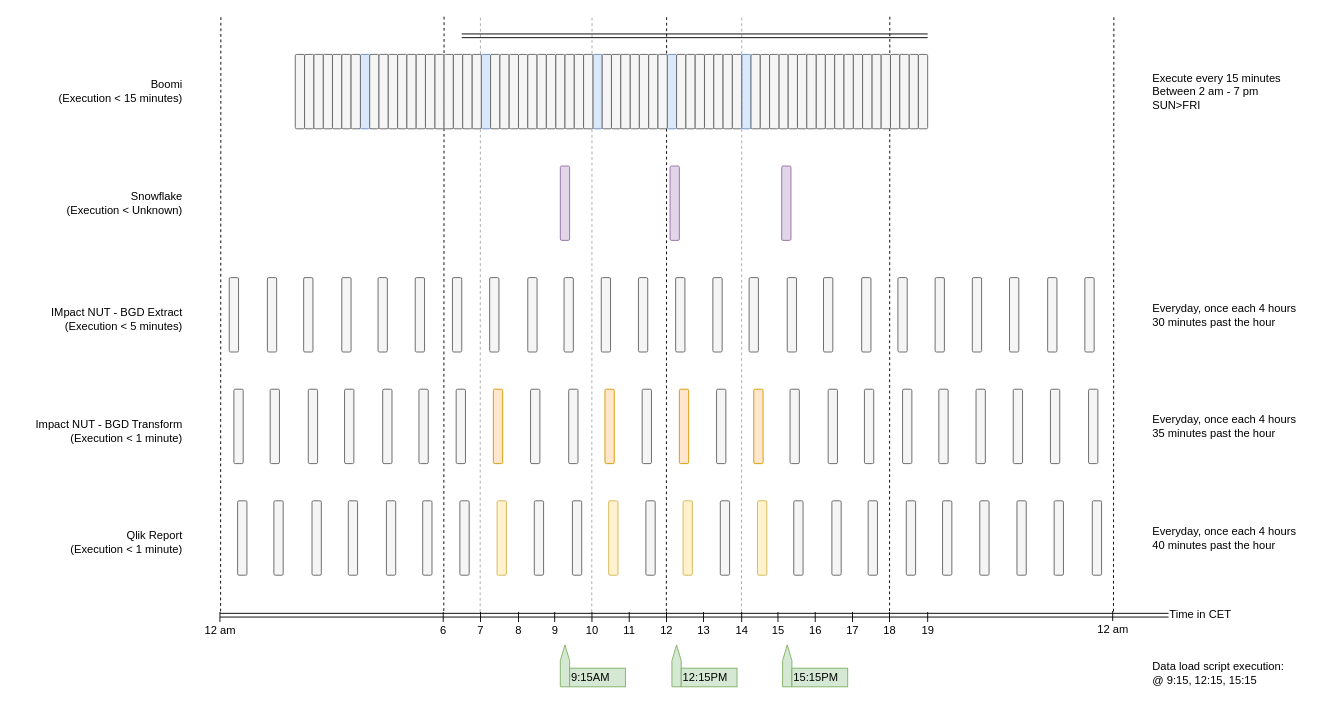
Before: IMpact schedules.drawio in Medair/drawio, a draw.io diagram. Source tidied: cells renumbered, new cells numbered last; positions are measured from the earlier drawing's top-left corner, leaving out a move shared by most shapes. Both pictures are drawn from the tidied source at 93%, with x=0, y=0 at pixel (25, 16).
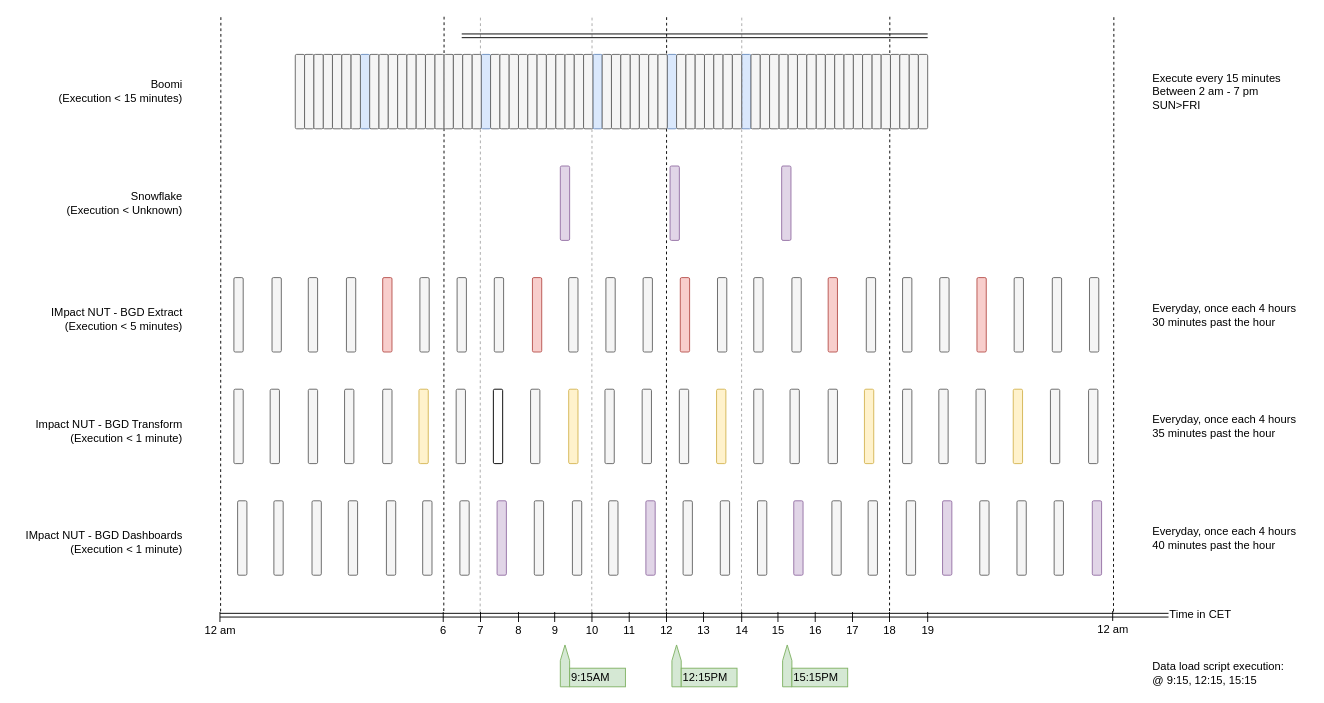
Above is the later version.

Diff of the diagram source:
```diff
@@
     <mxCell id="31" style="rounded=1;whiteSpace=wrap;html=1;strokeColor=#666666;fillColor=#f5f5f5;fontColor=#333333;" parent="1" vertex="1">
-      <mxGeometry x="619" y="281" width="10" height="80" as="geometry" />
+      <mxGeometry x="624" y="281" width="10" height="80" as="geometry" />
     </mxCell>
     <mxCell id="32" style="rounded=1;whiteSpace=wrap;html=1;strokeColor=#666666;fillColor=#f5f5f5;fontColor=#333333;" parent="1" vertex="1">
-      <mxGeometry x="659" y="281" width="10" height="80" as="geometry" />
+      <mxGeometry x="664" y="281" width="10" height="80" as="geometry" />
     </mxCell>
-    <mxCell id="33" style="rounded=1;whiteSpace=wrap;html=1;strokeColor=#666666;fillColor=#f5f5f5;fontColor=#333333;" parent="1" vertex="1">
-      <mxGeometry x="699" y="281" width="10" height="80" as="geometry" />
+    <mxCell id="33" style="rounded=1;whiteSpace=wrap;html=1;strokeColor=#b85450;fillColor=#f8cecc;" parent="1" vertex="1">
+      <mxGeometry x="704" y="281" width="10" height="80" as="geometry" />
     </mxCell>
     <mxCell id="34" style="rounded=1;whiteSpace=wrap;html=1;strokeColor=#666666;fillColor=#f5f5f5;fontColor=#333333;" parent="1" vertex="1">
-      <mxGeometry x="579" y="281" width="10" height="80" as="geometry" />
+      <mxGeometry x="584" y="281" width="10" height="80" as="geometry" />
     </mxCell>
-    <mxCell id="35" style="rounded=1;whiteSpace=wrap;html=1;strokeColor=#666666;fillColor=#f5f5f5;fontColor=#333333;" parent="1" vertex="1">
-      <mxGeometry x="540" y="281" width="10" height="80" as="geometry" />
+    <mxCell id="35" style="rounded=1;whiteSpace=wrap;html=1;strokeColor=#b85450;fillColor=#f8cecc;" parent="1" vertex="1">
+      <mxGeometry x="545" y="281" width="10" height="80" as="geometry" />
     </mxCell>
     <mxCell id="36" style="rounded=1;whiteSpace=wrap;html=1;strokeColor=#666666;fillColor=#f5f5f5;fontColor=#333333;" parent="1" vertex="1">
-      <mxGeometry x="419" y="281" width="10" height="80" as="geometry" />
+      <mxGeometry x="424" y="281" width="10" height="80" as="geometry" />
     </mxCell>
     <mxCell id="37" style="rounded=1;whiteSpace=wrap;html=1;strokeColor=#666666;fillColor=#f5f5f5;fontColor=#333333;" parent="1" vertex="1">
-      <mxGeometry x="459" y="281" width="10" height="80" as="geometry" />
+      <mxGeometry x="464" y="281" width="10" height="80" as="geometry" />
     </mxCell>
     <mxCell id="38" style="rounded=1;whiteSpace=wrap;html=1;strokeColor=#666666;fillColor=#f5f5f5;fontColor=#333333;" parent="1" vertex="1">
-      <mxGeometry x="499" y="281" width="10" height="80" as="geometry" />
+      <mxGeometry x="504" y="281" width="10" height="80" as="geometry" />
     </mxCell>
-    <mxCell id="39" style="rounded=1;whiteSpace=wrap;html=1;strokeColor=#666666;fillColor=#f5f5f5;fontColor=#333333;" parent="1" vertex="1">
-      <mxGeometry x="379" y="281" width="10" height="80" as="geometry" />
+    <mxCell id="39" style="rounded=1;whiteSpace=wrap;html=1;strokeColor=#b85450;fillColor=#f8cecc;" parent="1" vertex="1">
+      <mxGeometry x="384" y="281" width="10" height="80" as="geometry" />
     </mxCell>
     <mxCell id="40" style="rounded=1;whiteSpace=wrap;html=1;strokeColor=#666666;fillColor=#f5f5f5;fontColor=#333333;" parent="1" vertex="1">
-      <mxGeometry x="340" y="281" width="10" height="80" as="geometry" />
+      <mxGeometry x="345" y="281" width="10" height="80" as="geometry" />
     </mxCell>
     <mxCell id="41" style="rounded=1;whiteSpace=wrap;html=1;strokeColor=#666666;fillColor=#f5f5f5;fontColor=#333333;" parent="1" vertex="1">
-      <mxGeometry x="299" y="281" width="10" height="80" as="geometry" />
+      <mxGeometry x="304" y="281" width="10" height="80" as="geometry" />
     </mxCell>
     <mxCell id="42" style="rounded=1;whiteSpace=wrap;html=1;strokeColor=#666666;fillColor=#f5f5f5;fontColor=#333333;" parent="1" vertex="1">
-      <mxGeometry x="260" y="281" width="10" height="80" as="geometry" />
+      <mxGeometry x="265" y="281" width="10" height="80" as="geometry" />
     </mxCell>
     <mxCell id="43" style="rounded=1;whiteSpace=wrap;html=1;strokeColor=#666666;fillColor=#f5f5f5;fontColor=#333333;" parent="1" vertex="1">
-      <mxGeometry x="219" y="281" width="10" height="80" as="geometry" />
+      <mxGeometry x="224" y="281" width="10" height="80" as="geometry" />
     </mxCell>
     <mxCell id="44" style="rounded=1;whiteSpace=wrap;html=1;strokeColor=#666666;fillColor=#f5f5f5;fontColor=#333333;" parent="1" vertex="1">
-      <mxGeometry x="1139" y="281" width="10" height="80" as="geometry" />
+      <mxGeometry x="1144" y="281" width="10" height="80" as="geometry" />
     </mxCell>
     <mxCell id="45" style="rounded=1;whiteSpace=wrap;html=1;strokeColor=#666666;fillColor=#f5f5f5;fontColor=#333333;" parent="1" vertex="1">
-      <mxGeometry x="1099" y="281" width="10" height="80" as="geometry" />
+      <mxGeometry x="1104" y="281" width="10" height="80" as="geometry" />
     </mxCell>
     <mxCell id="46" style="rounded=1;whiteSpace=wrap;html=1;strokeColor=#666666;fillColor=#f5f5f5;fontColor=#333333;" parent="1" vertex="1">
-      <mxGeometry x="978" y="281" width="10" height="80" as="geometry" />
+      <mxGeometry x="983" y="281" width="10" height="80" as="geometry" />
     </mxCell>
-    <mxCell id="47" style="rounded=1;whiteSpace=wrap;html=1;strokeColor=#666666;fillColor=#f5f5f5;fontColor=#333333;" parent="1" vertex="1">
-      <mxGeometry x="1018" y="281" width="10" height="80" as="geometry" />
+    <mxCell id="47" style="rounded=1;whiteSpace=wrap;html=1;strokeColor=#b85450;fillColor=#f8cecc;" parent="1" vertex="1">
+      <mxGeometry x="1023" y="281" width="10" height="80" as="geometry" />
     </mxCell>
     <mxCell id="48" style="rounded=1;whiteSpace=wrap;html=1;strokeColor=#666666;fillColor=#f5f5f5;fontColor=#333333;" parent="1" vertex="1">
-      <mxGeometry x="1058" y="281" width="10" height="80" as="geometry" />
+      <mxGeometry x="1063" y="281" width="10" height="80" as="geometry" />
     </mxCell>
     <mxCell id="49" style="rounded=1;whiteSpace=wrap;html=1;strokeColor=#666666;fillColor=#f5f5f5;fontColor=#333333;" parent="1" vertex="1">
-      <mxGeometry x="938" y="281" width="10" height="80" as="geometry" />
+      <mxGeometry x="943" y="281" width="10" height="80" as="geometry" />
     </mxCell>
     <mxCell id="50" style="rounded=1;whiteSpace=wrap;html=1;strokeColor=#666666;fillColor=#f5f5f5;fontColor=#333333;" parent="1" vertex="1">
-      <mxGeometry x="899" y="281" width="10" height="80" as="geometry" />
+      <mxGeometry x="904" y="281" width="10" height="80" as="geometry" />
     </mxCell>
-    <mxCell id="51" style="rounded=1;whiteSpace=wrap;html=1;strokeColor=#666666;fillColor=#f5f5f5;fontColor=#333333;" parent="1" vertex="1">
-      <mxGeometry x="858" y="281" width="10" height="80" as="geometry" />
+    <mxCell id="51" style="rounded=1;whiteSpace=wrap;html=1;strokeColor=#b85450;fillColor=#f8cecc;" parent="1" vertex="1">
+      <mxGeometry x="863" y="281" width="10" height="80" as="geometry" />
     </mxCell>
     <mxCell id="52" style="rounded=1;whiteSpace=wrap;html=1;strokeColor=#666666;fillColor=#f5f5f5;fontColor=#333333;" parent="1" vertex="1">
-      <mxGeometry x="819" y="281" width="10" height="80" as="geometry" />
+      <mxGeometry x="824" y="281" width="10" height="80" as="geometry" />
     </mxCell>
     <mxCell id="53" style="rounded=1;whiteSpace=wrap;html=1;strokeColor=#666666;fillColor=#f5f5f5;fontColor=#333333;" parent="1" vertex="1">
-      <mxGeometry x="778" y="281" width="10" height="80" as="geometry" />
+      <mxGeometry x="783" y="281" width="10" height="80" as="geometry" />
     </mxCell>
     <mxCell id="54" style="rounded=1;whiteSpace=wrap;html=1;strokeColor=#666666;fillColor=#f5f5f5;fontColor=#333333;" parent="1" vertex="1">
-      <mxGeometry x="739" y="281" width="10" height="80" as="geometry" />
+      <mxGeometry x="744" y="281" width="10" height="80" as="geometry" />
     </mxCell>
@@
-    <mxCell id="57" style="rounded=1;whiteSpace=wrap;html=1;strokeColor=#d79b00;fillColor=#ffe6cc;" parent="1" vertex="1">
+    <mxCell id="57" style="rounded=1;whiteSpace=wrap;html=1;strokeColor=#666666;fillColor=#f5f5f5;fontColor=#333333;" parent="1" vertex="1">
       <mxGeometry x="703" y="401" width="10" height="80" as="geometry" />
     </mxCell>
-    <mxCell id="58" style="rounded=1;whiteSpace=wrap;html=1;strokeColor=#666666;fillColor=#f5f5f5;fontColor=#333333;" parent="1" vertex="1">
+    <mxCell id="58" style="rounded=1;whiteSpace=wrap;html=1;strokeColor=#d6b656;fillColor=#fff2cc;" parent="1" vertex="1">
       <mxGeometry x="743" y="401" width="10" height="80" as="geometry" />
     </mxCell>
-    <mxCell id="59" style="rounded=1;whiteSpace=wrap;html=1;strokeColor=#d79b00;fillColor=#ffe6cc;" parent="1" vertex="1">
+    <mxCell id="59" style="rounded=1;whiteSpace=wrap;html=1;fillColor=#f5f5f5;fontColor=#333333;strokeColor=#666666;" parent="1" vertex="1">
       <mxGeometry x="623" y="401" width="10" height="80" as="geometry" />
     </mxCell>
-    <mxCell id="60" style="rounded=1;whiteSpace=wrap;html=1;strokeColor=#666666;fillColor=#f5f5f5;fontColor=#333333;" parent="1" vertex="1">
+    <mxCell id="60" style="rounded=1;whiteSpace=wrap;html=1;strokeColor=#d6b656;fillColor=#fff2cc;" parent="1" vertex="1">
       <mxGeometry x="584" y="401" width="10" height="80" as="geometry" />
     </mxCell>
@@
-    <mxCell id="62" style="rounded=1;whiteSpace=wrap;html=1;strokeColor=#d79b00;fillColor=#ffe6cc;" parent="1" vertex="1">
+    <mxCell id="62" style="rounded=1;whiteSpace=wrap;html=1;" parent="1" vertex="1">
       <mxGeometry x="503" y="401" width="10" height="80" as="geometry" />
     </mxCell>
@@
-    <mxCell id="64" style="rounded=1;whiteSpace=wrap;html=1;strokeColor=#666666;fillColor=#f5f5f5;fontColor=#333333;" parent="1" vertex="1">
+    <mxCell id="64" style="rounded=1;whiteSpace=wrap;html=1;strokeColor=#d6b656;fillColor=#fff2cc;" parent="1" vertex="1">
       <mxGeometry x="423" y="401" width="10" height="80" as="geometry" />
     </mxCell>
@@
-    <mxCell id="72" style="rounded=1;whiteSpace=wrap;html=1;strokeColor=#666666;fillColor=#f5f5f5;fontColor=#333333;" parent="1" vertex="1">
+    <mxCell id="72" style="rounded=1;whiteSpace=wrap;html=1;strokeColor=#d6b656;fillColor=#fff2cc;" parent="1" vertex="1">
       <mxGeometry x="1062" y="401" width="10" height="80" as="geometry" />
     </mxCell>
@@
-    <mxCell id="76" style="rounded=1;whiteSpace=wrap;html=1;strokeColor=#666666;fillColor=#f5f5f5;fontColor=#333333;" parent="1" vertex="1">
+    <mxCell id="76" style="rounded=1;whiteSpace=wrap;html=1;strokeColor=#d6b656;fillColor=#fff2cc;" parent="1" vertex="1">
       <mxGeometry x="902" y="401" width="10" height="80" as="geometry" />
     </mxCell>
@@
-    <mxCell id="79" style="rounded=1;whiteSpace=wrap;html=1;strokeColor=#d79b00;fillColor=#ffe6cc;" parent="1" vertex="1">
+    <mxCell id="79" style="rounded=1;whiteSpace=wrap;html=1;strokeColor=#666666;fillColor=#f5f5f5;fontColor=#333333;" parent="1" vertex="1">
       <mxGeometry x="783" y="401" width="10" height="80" as="geometry" />
     </mxCell>
-    <mxCell id="80" value="Qlik Report&lt;br&gt;(Execution &amp;lt; 1 minute)" style="text;html=1;align=right;verticalAlign=middle;strokeColor=none;fillColor=none;" parent="1" vertex="1">
-      <mxGeometry x="30" y="551" width="140" height="30" as="geometry" />
+    <mxCell id="80" value="IMpact NUT - BGD Dashboards&lt;br&gt;(Execution &amp;lt; 1 minute)" style="text;html=1;align=right;verticalAlign=middle;strokeColor=none;fillColor=none;" parent="1" vertex="1">
+      <mxGeometry x="-10" y="551" width="180" height="30" as="geometry" />
     </mxCell>
-    <mxCell id="81" style="rounded=1;whiteSpace=wrap;html=1;strokeColor=#666666;fillColor=#f5f5f5;fontColor=#333333;" parent="1" vertex="1">
+    <mxCell id="81" style="rounded=1;whiteSpace=wrap;html=1;strokeColor=#9673a6;fillColor=#e1d5e7;" parent="1" vertex="1">
       <mxGeometry x="667" y="521" width="10" height="80" as="geometry" />
     </mxCell>
-    <mxCell id="82" style="rounded=1;whiteSpace=wrap;html=1;strokeColor=#d6b656;fillColor=#fff2cc;" parent="1" vertex="1">
+    <mxCell id="82" style="rounded=1;whiteSpace=wrap;html=1;strokeColor=#666666;fillColor=#f5f5f5;fontColor=#333333;" parent="1" vertex="1">
       <mxGeometry x="707" y="521" width="10" height="80" as="geometry" />
     </mxCell>
@@
-    <mxCell id="84" style="rounded=1;whiteSpace=wrap;html=1;strokeColor=#d6b656;fillColor=#fff2cc;" parent="1" vertex="1">
+    <mxCell id="84" style="rounded=1;whiteSpace=wrap;html=1;strokeColor=#666666;fillColor=#f5f5f5;fontColor=#333333;" parent="1" vertex="1">
       <mxGeometry x="627" y="521" width="10" height="80" as="geometry" />
     </mxCell>
@@
-    <mxCell id="87" style="rounded=1;whiteSpace=wrap;html=1;strokeColor=#d6b656;fillColor=#fff2cc;" parent="1" vertex="1">
+    <mxCell id="87" style="rounded=1;whiteSpace=wrap;html=1;strokeColor=#9673a6;fillColor=#e1d5e7;" parent="1" vertex="1">
       <mxGeometry x="507" y="521" width="10" height="80" as="geometry" />
     </mxCell>
@@
-    <mxCell id="95" style="rounded=1;whiteSpace=wrap;html=1;strokeColor=#666666;fillColor=#f5f5f5;fontColor=#333333;" parent="1" vertex="1">
+    <mxCell id="95" style="rounded=1;whiteSpace=wrap;html=1;strokeColor=#9673a6;fillColor=#e1d5e7;" parent="1" vertex="1">
       <mxGeometry x="1147" y="521" width="10" height="80" as="geometry" />
     </mxCell>
@@
-    <mxCell id="99" style="rounded=1;whiteSpace=wrap;html=1;strokeColor=#666666;fillColor=#f5f5f5;fontColor=#333333;" parent="1" vertex="1">
+    <mxCell id="99" style="rounded=1;whiteSpace=wrap;html=1;strokeColor=#9673a6;fillColor=#e1d5e7;" parent="1" vertex="1">
       <mxGeometry x="986" y="521" width="10" height="80" as="geometry" />
     </mxCell>
@@
-    <mxCell id="103" style="rounded=1;whiteSpace=wrap;html=1;strokeColor=#666666;fillColor=#f5f5f5;fontColor=#333333;" parent="1" vertex="1">
+    <mxCell id="103" style="rounded=1;whiteSpace=wrap;html=1;strokeColor=#9673a6;fillColor=#e1d5e7;" parent="1" vertex="1">
       <mxGeometry x="826" y="521" width="10" height="80" as="geometry" />
     </mxCell>
-    <mxCell id="104" style="rounded=1;whiteSpace=wrap;html=1;strokeColor=#d6b656;fillColor=#fff2cc;" parent="1" vertex="1">
+    <mxCell id="104" style="rounded=1;whiteSpace=wrap;html=1;strokeColor=#666666;fillColor=#f5f5f5;fontColor=#333333;" parent="1" vertex="1">
       <mxGeometry x="787" y="521" width="10" height="80" as="geometry" />
     </mxCell>
```
